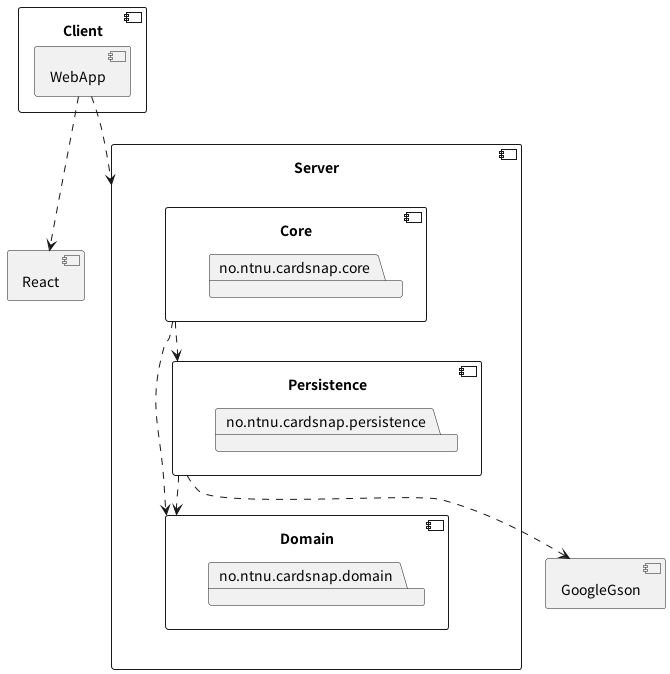
Earlier version of the PlantUML export docs/architecture_after_react.png (junlarsen/it1901).
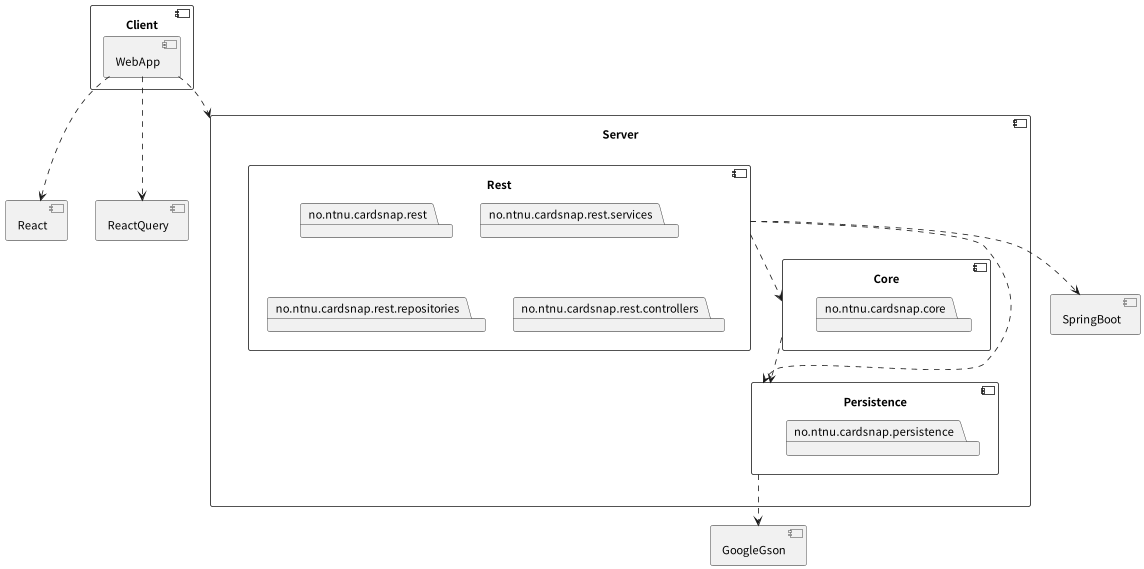
Above is the later version.

What changed in the source:
```diff
@@ -1,11 +1,14 @@
 @startuml
 
 component Server {
+    component Rest {
+        package no.ntnu.cardsnap.rest
+        package no.ntnu.cardsnap.rest.services
+        package no.ntnu.cardsnap.rest.repositories
+        package no.ntnu.cardsnap.rest.controllers
+    }
     component Core {
         package no.ntnu.cardsnap.core
-    }
-    component Domain {
-        package no.ntnu.cardsnap.domain
     }
     component Persistence {
         package no.ntnu.cardsnap.persistence
@@ -16,14 +19,18 @@
     component WebApp
 }
 
+component SpringBoot
 component GoogleGson
 component React
+component ReactQuery
 
 WebApp ..> Server
 WebApp ..> React
-Persistence ..> Domain
+WebApp ..> ReactQuery
 Persistence ..> GoogleGson
-Core ..> Domain
 Core ..> Persistence
+Rest ..> Persistence
+Rest ..> Core
+Rest ..> SpringBoot
 
 @enduml
```
